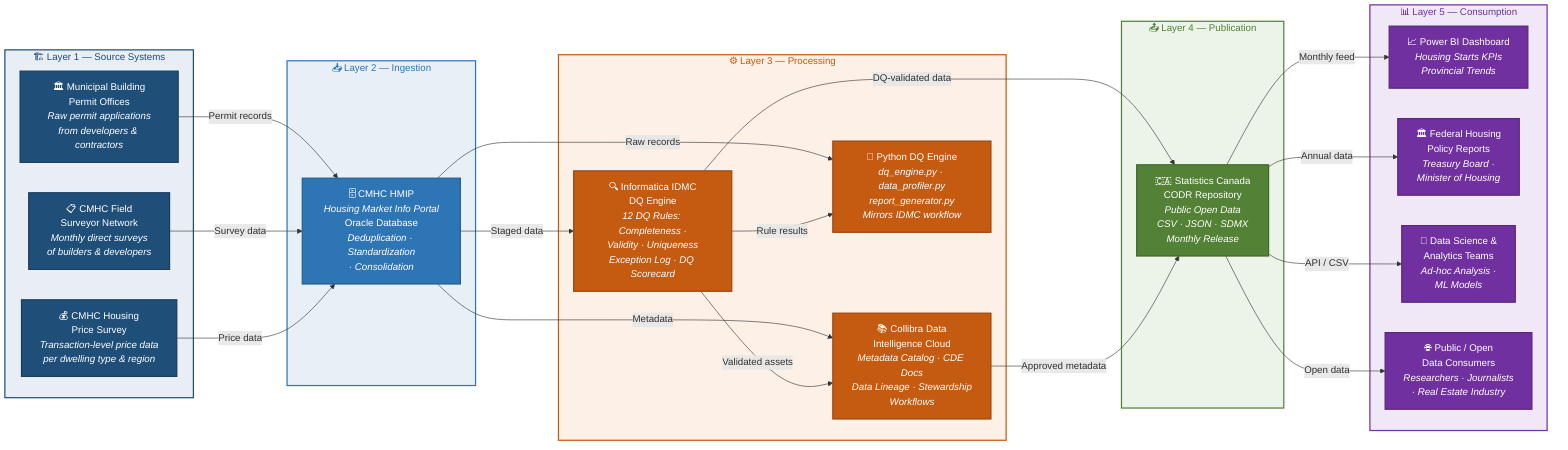
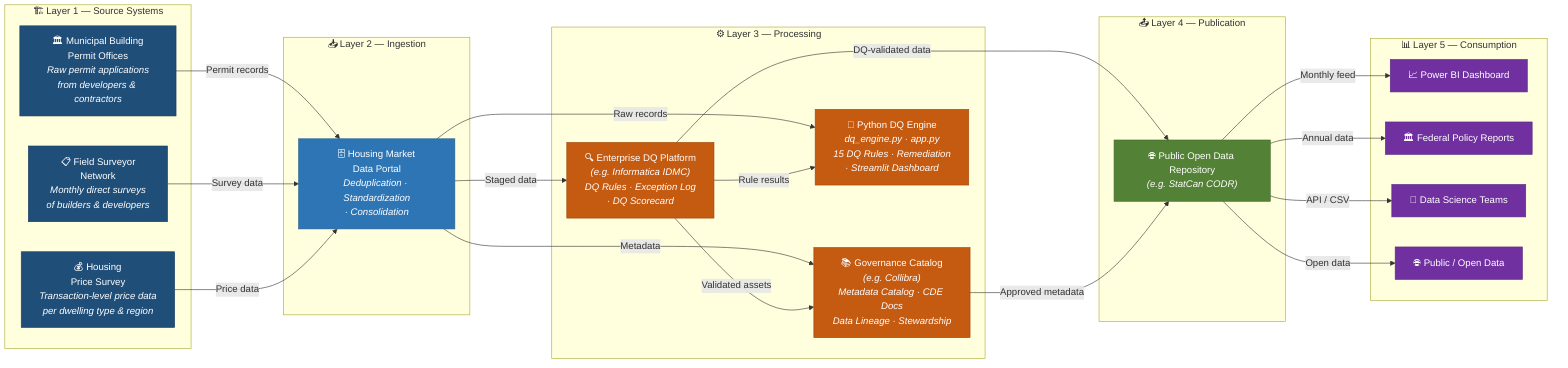
graph LR

    %% ── LAYER 1: SOURCE SYSTEMS ──────────────────────────────
    subgraph SOURCE ["🏗️ Layer 1 — Source Systems"]
        S1["🏛️ Municipal Building<br/>Permit Offices<br/><i>Raw permit applications<br/>from developers & contractors</i>"]
-         S2["📋 CMHC Field<br/>Surveyor Network<br/><i>Monthly direct surveys<br/>of builders & developers</i>"]
-         S3["💰 CMHC Housing<br/>Price Survey<br/><i>Transaction-level price data<br/>per dwelling type & region</i>"]
+         S2["📋 Field Surveyor<br/>Network<br/><i>Monthly direct surveys<br/>of builders & developers</i>"]
+         S3["💰 Housing<br/>Price Survey<br/><i>Transaction-level price data<br/>per dwelling type & region</i>"]
    end

    %% ── LAYER 2: INGESTION ───────────────────────────────────
    subgraph INGEST ["📥 Layer 2 — Ingestion"]
-         I1["🗄️ CMHC HMIP<br/><i>Housing Market Info Portal</i><br/>Oracle Database<br/><i>Deduplication · Standardization<br/>· Consolidation</i>"]
+         I1["🗄️ Housing Market<br/>Data Portal<br/><i>Deduplication · Standardization<br/>· Consolidation</i>"]
    end

    %% ── LAYER 3: PROCESSING ──────────────────────────────────
    subgraph PROCESS ["⚙️ Layer 3 — Processing"]
-         P1["🔍 Informatica IDMC<br/>DQ Engine<br/><i>12 DQ Rules: Completeness ·<br/>Validity · Uniqueness<br/>Exception Log · DQ Scorecard</i>"]
-         P2["📚 Collibra Data<br/>Intelligence Cloud<br/><i>Metadata Catalog · CDE Docs<br/>Data Lineage · Stewardship<br/>Workflows</i>"]
-         P3["🐍 Python DQ Engine<br/><i>dq_engine.py · data_profiler.py<br/>report_generator.py<br/>Mirrors IDMC workflow</i>"]
+         P1["🔍 Enterprise DQ Platform<br/><i>(e.g. Informatica IDMC)</i><br/><i>DQ Rules · Exception Log<br/>· DQ Scorecard</i>"]
+         P2["📚 Governance Catalog<br/><i>(e.g. Collibra)</i><br/><i>Metadata Catalog · CDE Docs<br/>Data Lineage · Stewardship</i>"]
+         P3["🐍 Python DQ Engine<br/><i>dq_engine.py · app.py</i><br/><i>15 DQ Rules · Remediation<br/>· Streamlit Dashboard</i>"]
    end

    %% ── LAYER 4: PUBLICATION ─────────────────────────────────
    subgraph PUBLISH ["📤 Layer 4 — Publication"]
-         PB1["🇨🇦 Statistics Canada<br/>CODR Repository<br/><i>Public Open Data<br/>CSV · JSON · SDMX<br/>Monthly Release</i>"]
+         PB1["🌐 Public Open Data Repository<br/><i>(e.g. StatCan CODR)</i>"]
    end

    %% ── LAYER 5: CONSUMPTION ─────────────────────────────────
    subgraph CONSUME ["📊 Layer 5 — Consumption"]
-         C1["📈 Power BI Dashboard<br/><i>Housing Starts KPIs<br/>Provincial Trends</i>"]
-         C2["🏛️ Federal Housing<br/>Policy Reports<br/><i>Treasury Board ·<br/>Minister of Housing</i>"]
-         C3["🔬 Data Science &<br/>Analytics Teams<br/><i>Ad-hoc Analysis ·<br/>ML Models</i>"]
-         C4["🌐 Public / Open<br/>Data Consumers<br/><i>Researchers · Journalists<br/>· Real Estate Industry</i>"]
+         C1["📈 Power BI Dashboard"]
+         C2["🏛️ Federal Policy Reports"]
+         C3["🔬 Data Science Teams"]
+         C4["🌐 Public / Open Data"]
    end

-     %% ── ARROWS: SOURCE → INGEST ──────────────────────────────
    S1 -->|"Permit records"| I1
    S2 -->|"Survey data"| I1
    S3 -->|"Price data"| I1
- 
-     %% ── ARROWS: INGEST → PROCESSING ─────────────────────────
    I1 -->|"Staged data"| P1
    I1 -->|"Metadata"| P2
    I1 -->|"Raw records"| P3
- 
-     %% ── ARROWS: WITHIN PROCESSING ────────────────────────────
    P1 -->|"Validated assets"| P2
    P1 -->|"Rule results"| P3
- 
-     %% ── ARROWS: PROCESSING → PUBLISH ─────────────────────────
    P1 -->|"DQ-validated data"| PB1
    P2 -->|"Approved metadata"| PB1
- 
-     %% ── ARROWS: PUBLISH → CONSUME ────────────────────────────
    PB1 -->|"Monthly feed"| C1
    PB1 -->|"Annual data"| C2
    PB1 -->|"API / CSV"| C3
    PB1 -->|"Open data"| C4

-     %% ── STYLING ──────────────────────────────────────────────
-     classDef source fill:#1F4E79,stroke:#1a3d5c,color:#fff,stroke-width:2px
-     classDef ingest fill:#2E75B6,stroke:#245d91,color:#fff,stroke-width:2px
-     classDef process fill:#C55A11,stroke:#9e480e,color:#fff,stroke-width:2px
-     classDef publish fill:#538135,stroke:#42672a,color:#fff,stroke-width:2px
-     classDef consume fill:#7030A0,stroke:#5a2680,color:#fff,stroke-width:2px
- 
+     classDef source fill:#1F4E79,stroke:#1a3d5c,color:#fff
+     classDef ingest fill:#2E75B6,stroke:#245d91,color:#fff
+     classDef process fill:#C55A11,stroke:#9e480e,color:#fff
+     classDef publish fill:#538135,stroke:#42672a,color:#fff
+     classDef consume fill:#7030A0,stroke:#5a2680,color:#fff
    class S1,S2,S3 source
    class I1 ingest
    class P1,P2,P3 process
    class PB1 publish
    class C1,C2,C3,C4 consume
- 
-     style SOURCE fill:#e8eef4,stroke:#1F4E79,stroke-width:2px,color:#1F4E79
-     style INGEST fill:#e8f0f7,stroke:#2E75B6,stroke-width:2px,color:#2E75B6
-     style PROCESS fill:#fdf0e6,stroke:#C55A11,stroke-width:2px,color:#C55A11
-     style PUBLISH fill:#ecf3e8,stroke:#538135,stroke-width:2px,color:#538135
-     style CONSUME fill:#f0e8f7,stroke:#7030A0,stroke-width:2px,color:#7030A0
